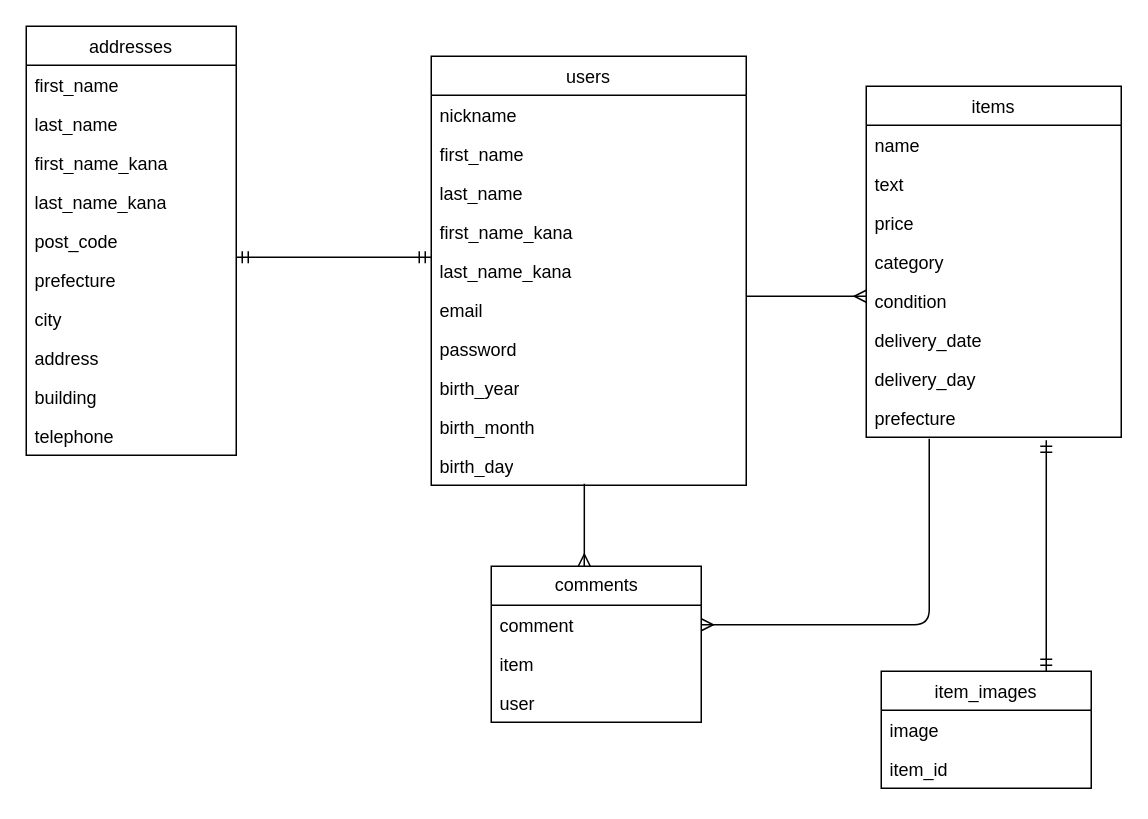
The draw.io diagram furima.dio in nadakichi/furima-36845, before the edit. Source tidied: cells renumbered, new cells numbered last; positions are measured from the earlier drawing's top-left corner, leaving out a move shared by most shapes. Both pictures are drawn from the tidied source at 150%, with x=0, y=0 at pixel (26, 26).
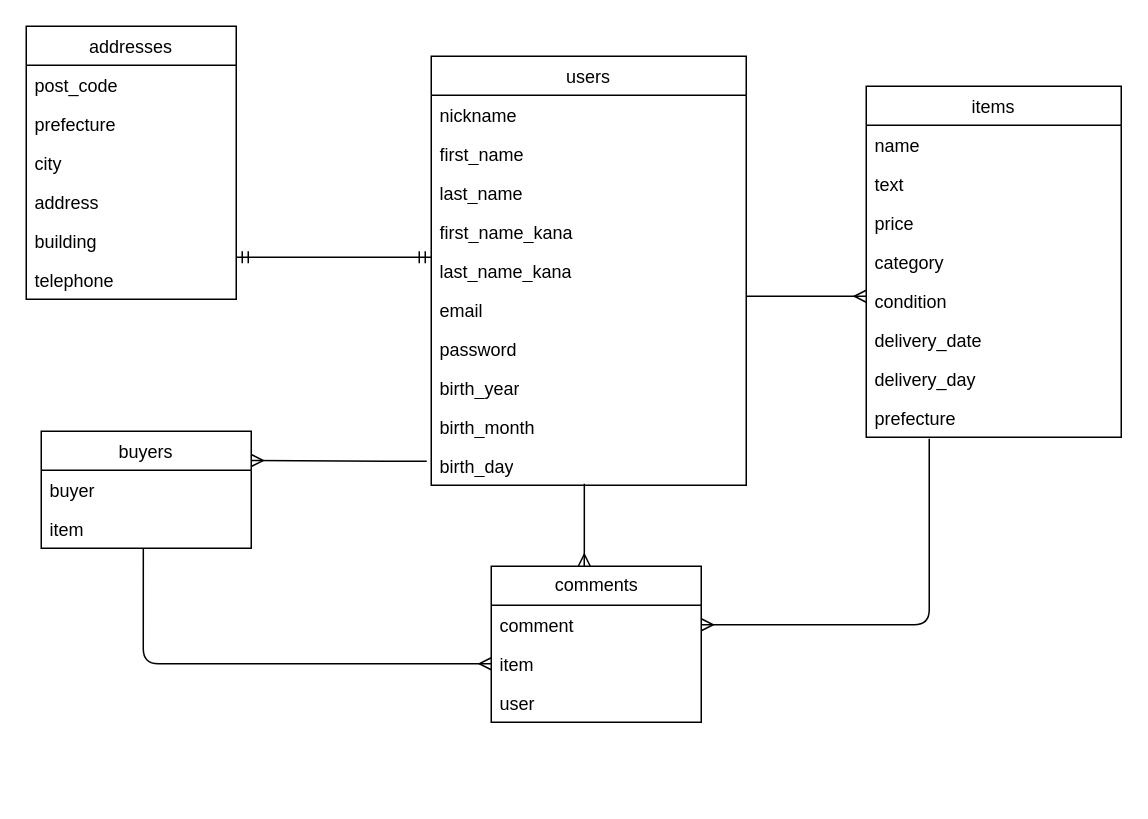
Above is the later version.

Unchanged cells that the change refers to:
```xml
<mxCell id="21" value="prefecture" style="text;strokeColor=none;fillColor=none;align=left;verticalAlign=top;spacingLeft=4;spacingRight=4;overflow=hidden;points=[[0,0.5],[1,0.5]];portConstraint=eastwest;" parent="13" vertex="1">
  <mxGeometry y="208" width="170" height="26" as="geometry" />
</mxCell>
<mxCell id="37" value="item" style="text;strokeColor=none;fillColor=none;align=left;verticalAlign=top;spacingLeft=4;spacingRight=4;overflow=hidden;points=[[0,0.5],[1,0.5]];portConstraint=eastwest;" parent="35" vertex="1">
  <mxGeometry y="52" width="140" height="26" as="geometry" />
</mxCell>
```

What changed in the source:
```diff
@@
     <mxCell id="22" value="addresses" style="swimlane;fontStyle=0;horizontal=1;startSize=26;" parent="1" vertex="1">
-      <mxGeometry width="140" height="286" as="geometry" />
+      <mxGeometry width="140" height="182" as="geometry" />
     </mxCell>
-    <mxCell id="23" value="first_name" style="text;strokeColor=none;fillColor=none;align=left;verticalAlign=top;spacingLeft=4;spacingRight=4;overflow=hidden;html=1;" parent="22" vertex="1">
-      <mxGeometry y="26" width="140" height="26" as="geometry" />
-    </mxCell>
-    <mxCell id="24" value="last_name" style="text;strokeColor=none;fillColor=none;align=left;verticalAlign=top;spacingLeft=4;spacingRight=4;overflow=hidden;html=1;" parent="22" vertex="1">
-      <mxGeometry y="52" width="140" height="26" as="geometry" />
-    </mxCell>
-    <mxCell id="25" value="first_name_kana" style="text;strokeColor=none;fillColor=none;align=left;verticalAlign=top;spacingLeft=4;spacingRight=4;overflow=hidden;html=1;" parent="22" vertex="1">
-      <mxGeometry y="78" width="140" height="26" as="geometry" />
-    </mxCell>
-    <mxCell id="26" value="last_name_kana" style="text;strokeColor=none;fillColor=none;align=left;verticalAlign=top;spacingLeft=4;spacingRight=4;overflow=hidden;html=1;" parent="22" vertex="1">
-      <mxGeometry y="104" width="140" height="26" as="geometry" />
-    </mxCell>
     <mxCell id="27" value="post_code    " style="text;strokeColor=none;fillColor=none;align=left;verticalAlign=top;spacingLeft=4;spacingRight=4;overflow=hidden;" parent="22" vertex="1">
-      <mxGeometry y="130" width="140" height="26" as="geometry" />
+      <mxGeometry y="26" width="140" height="26" as="geometry" />
     </mxCell>
     <mxCell id="28" value="prefecture" style="text;strokeColor=none;fillColor=none;align=left;verticalAlign=top;spacingLeft=4;spacingRight=4;overflow=hidden;" parent="22" vertex="1">
-      <mxGeometry y="156" width="140" height="26" as="geometry" />
+      <mxGeometry y="52" width="140" height="26" as="geometry" />
     </mxCell>
     <mxCell id="29" value="city" style="text;strokeColor=none;fillColor=none;align=left;verticalAlign=top;spacingLeft=4;spacingRight=4;overflow=hidden;" parent="22" vertex="1">
-      <mxGeometry y="182" width="140" height="26" as="geometry" />
+      <mxGeometry y="78" width="140" height="26" as="geometry" />
     </mxCell>
     <mxCell id="30" value="address" style="text;strokeColor=none;fillColor=none;align=left;verticalAlign=top;spacingLeft=4;spacingRight=4;overflow=hidden;" parent="22" vertex="1">
-      <mxGeometry y="208" width="140" height="26" as="geometry" />
+      <mxGeometry y="104" width="140" height="26" as="geometry" />
     </mxCell>
     <mxCell id="31" value="building" style="text;strokeColor=none;fillColor=none;align=left;verticalAlign=top;spacingLeft=4;spacingRight=4;overflow=hidden;" parent="22" vertex="1">
-      <mxGeometry y="234" width="140" height="26" as="geometry" />
+      <mxGeometry y="130" width="140" height="26" as="geometry" />
     </mxCell>
     <mxCell id="32" value="telephone" style="text;strokeColor=none;fillColor=none;align=left;verticalAlign=top;spacingLeft=4;spacingRight=4;overflow=hidden;" parent="22" vertex="1">
-      <mxGeometry y="260" width="140" height="26" as="geometry" />
+      <mxGeometry y="156" width="140" height="26" as="geometry" />
     </mxCell>
@@
-    <mxCell id="42" value="item_images" style="swimlane;fontStyle=0;horizontal=1;startSize=26;fillColor=none;" parent="1" vertex="1">
-      <mxGeometry x="570" y="430" width="140" height="78" as="geometry" />
-    </mxCell>
-    <mxCell id="43" value="image" style="text;strokeColor=none;fillColor=none;align=left;verticalAlign=top;spacingLeft=4;spacingRight=4;overflow=hidden;" parent="42" vertex="1">
-      <mxGeometry y="26" width="140" height="26" as="geometry" />
-    </mxCell>
-    <mxCell id="44" value="item_id" style="text;strokeColor=none;fillColor=none;align=left;verticalAlign=top;spacingLeft=4;spacingRight=4;overflow=hidden;" parent="42" vertex="1">
-      <mxGeometry y="52" width="140" height="26" as="geometry" />
-    </mxCell>
-    <mxCell id="45" style="fontSize=12;html=1;endArrow=ERmandOne;startArrow=ERmandOne;entryX=0.706;entryY=1.077;entryDx=0;entryDy=0;entryPerimeter=0;" parent="1" edge="1" target="21">
-      <mxGeometry relative="1" as="geometry">
-        <mxPoint x="680" y="430" as="sourcePoint" />
-        <Array as="points">
-          <mxPoint x="680" y="380" />
-        </Array>
-      </mxGeometry>
+    <mxCell id="45" value="buyers" style="swimlane;fontStyle=0;horizontal=1;startSize=26;fillColor=none;" parent="1" vertex="1">
+      <mxGeometry x="10" y="270" width="140" height="78" as="geometry" />
     </mxCell>
+    <mxCell id="46" value="buyer" style="text;strokeColor=none;fillColor=none;align=left;verticalAlign=top;spacingLeft=4;spacingRight=4;overflow=hidden;" parent="45" vertex="1">
+      <mxGeometry y="26" width="140" height="26" as="geometry" />
+    </mxCell>
+    <mxCell id="47" value="item" style="text;strokeColor=none;fillColor=none;align=left;verticalAlign=top;spacingLeft=4;spacingRight=4;overflow=hidden;points=[[0,0.5],[1,0.5]];portConstraint=eastwest;" parent="45" vertex="1">
+      <mxGeometry y="52" width="140" height="26" as="geometry" />
+    </mxCell>
+    <mxCell id="48" style="edgeStyle=orthogonalEdgeStyle;fontSize=12;html=1;endArrow=ERmany;entryX=0;entryY=0.5;entryDx=0;entryDy=0;exitX=0.486;exitY=1;exitDx=0;exitDy=0;exitPerimeter=0;" parent="1" edge="1" source="47" target="37">
+      <mxGeometry relative="1" as="geometry" />
+    </mxCell>
+    <mxCell id="49" style="fontSize=12;html=1;endArrow=ERmany;entryX=1;entryY=0.25;entryDx=0;entryDy=0;" parent="1" edge="1" target="45">
+      <mxGeometry relative="1" as="geometry">
+        <mxPoint x="267" y="290" as="sourcePoint" />
+        <Array as="points">
+          <mxPoint x="250" y="290" />
+        </Array>
+      </mxGeometry>
+    </mxCell>
```
